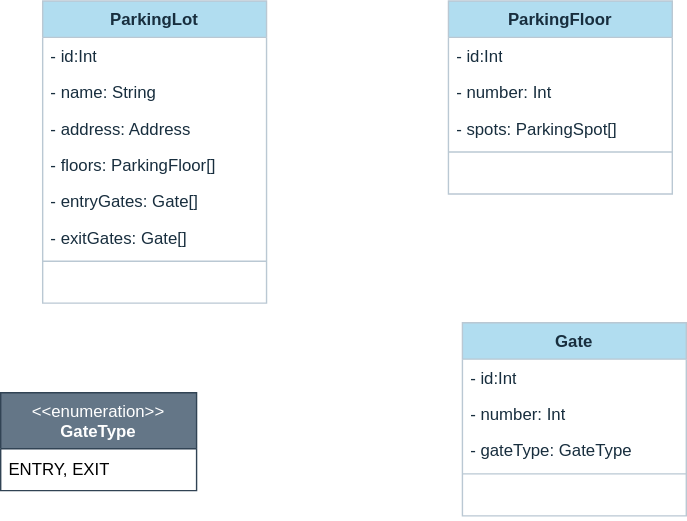
Earlier version of the draw.io export lld/class_diagrams/parking_lot.drawio.svg (nityabhaskar21/java_projects). Source tidied: cells renumbered, new cells last; positions are measured from the earlier drawing's top-left corner, leaving out a move shared by most shapes.
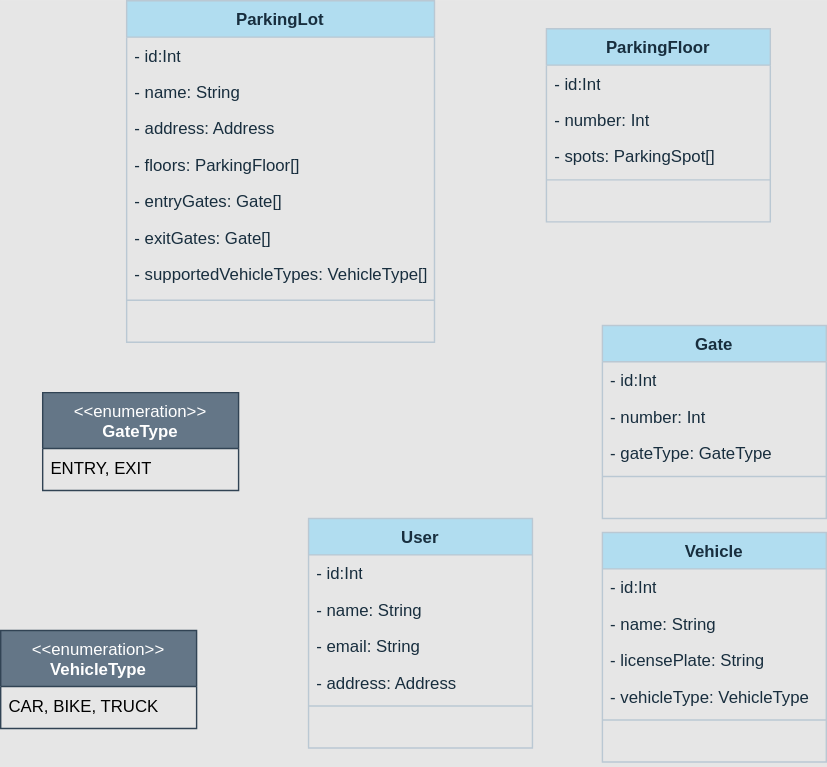
Above is the later version.

Change to the diagram source:
```diff
@@ -1,33 +1,36 @@
-<mxGraphModel>
+<mxGraphModel background="#E6E6E6">
   <root>
     <mxCell id="0" />
     <mxCell id="1" parent="0" />
     <mxCell id="2" value="ParkingLot" style="swimlane;fontStyle=1;align=center;verticalAlign=top;horizontal=1;startSize=26;whiteSpace=wrap;html=1;labelBackgroundColor=none;fillColor=#B1DDF0;strokeColor=#BAC8D3;fontColor=#182E3E;" parent="1" vertex="1">
-      <mxGeometry x="30" width="160" height="216" as="geometry" />
+      <mxGeometry x="20" y="-20" width="220" height="244" as="geometry" />
     </mxCell>
     <mxCell id="3" value="- id:Int" style="text;strokeColor=none;fillColor=none;align=left;verticalAlign=top;spacingLeft=4;spacingRight=4;overflow=hidden;whiteSpace=wrap;html=1;labelBackgroundColor=none;fontColor=#182E3E;" parent="2" vertex="1">
-      <mxGeometry y="26" width="160" height="26" as="geometry" />
+      <mxGeometry y="26" width="220" height="26" as="geometry" />
     </mxCell>
     <mxCell id="4" value="- name: String" style="text;strokeColor=none;fillColor=none;align=left;verticalAlign=top;spacingLeft=4;spacingRight=4;overflow=hidden;whiteSpace=wrap;html=1;labelBackgroundColor=none;fontColor=#182E3E;" parent="2" vertex="1">
-      <mxGeometry y="52" width="160" height="26" as="geometry" />
+      <mxGeometry y="52" width="220" height="26" as="geometry" />
     </mxCell>
     <mxCell id="5" value="- address: Address" style="text;strokeColor=none;fillColor=none;align=left;verticalAlign=top;spacingLeft=4;spacingRight=4;overflow=hidden;whiteSpace=wrap;html=1;labelBackgroundColor=none;fontColor=#182E3E;" parent="2" vertex="1">
-      <mxGeometry y="78" width="160" height="26" as="geometry" />
+      <mxGeometry y="78" width="220" height="26" as="geometry" />
     </mxCell>
     <mxCell id="6" value="- floors: ParkingFloor[]" style="text;strokeColor=none;fillColor=none;align=left;verticalAlign=top;spacingLeft=4;spacingRight=4;overflow=hidden;whiteSpace=wrap;html=1;labelBackgroundColor=none;fontColor=#182E3E;" parent="2" vertex="1">
-      <mxGeometry y="104" width="160" height="26" as="geometry" />
+      <mxGeometry y="104" width="220" height="26" as="geometry" />
     </mxCell>
     <mxCell id="7" value="- entryGates: Gate[]" style="text;strokeColor=none;fillColor=none;align=left;verticalAlign=top;spacingLeft=4;spacingRight=4;overflow=hidden;whiteSpace=wrap;html=1;labelBackgroundColor=none;fontColor=#182E3E;" parent="2" vertex="1">
-      <mxGeometry y="130" width="160" height="26" as="geometry" />
+      <mxGeometry y="130" width="220" height="26" as="geometry" />
     </mxCell>
     <mxCell id="8" value="- exitGates: Gate[]" style="text;strokeColor=none;fillColor=none;align=left;verticalAlign=top;spacingLeft=4;spacingRight=4;overflow=hidden;whiteSpace=wrap;html=1;labelBackgroundColor=none;fontColor=#182E3E;" parent="2" vertex="1">
-      <mxGeometry y="156" width="160" height="26" as="geometry" />
+      <mxGeometry y="156" width="220" height="26" as="geometry" />
     </mxCell>
+    <mxCell id="25" value="- supportedVehicleTypes: VehicleType[]" style="text;strokeColor=none;fillColor=none;align=left;verticalAlign=top;spacingLeft=4;spacingRight=4;overflow=hidden;whiteSpace=wrap;html=1;labelBackgroundColor=none;fontColor=#182E3E;" parent="2" vertex="1">
+      <mxGeometry y="182" width="220" height="28" as="geometry" />
+    </mxCell>
     <mxCell id="9" style="line;strokeWidth=1;fillColor=none;align=left;verticalAlign=middle;spacingTop=-1;spacingLeft=3;spacingRight=3;labelPosition=right;strokeColor=#BAC8D3;labelBackgroundColor=none;fontColor=#182E3E;" parent="2" vertex="1">
-      <mxGeometry y="182" width="160" height="8" as="geometry" />
+      <mxGeometry y="210" width="220" height="8" as="geometry" />
     </mxCell>
     <mxCell id="10" value="&amp;nbsp;" style="text;strokeColor=none;fillColor=none;align=left;verticalAlign=top;spacingLeft=4;spacingRight=4;overflow=hidden;whiteSpace=wrap;html=1;labelBackgroundColor=none;fontColor=#182E3E;" parent="2" vertex="1">
-      <mxGeometry y="190" width="160" height="26" as="geometry" />
+      <mxGeometry y="218" width="220" height="26" as="geometry" />
     </mxCell>
     <mxCell id="11" value="ParkingFloor" style="swimlane;fontStyle=1;align=center;verticalAlign=top;horizontal=1;startSize=26;whiteSpace=wrap;html=1;labelBackgroundColor=none;fillColor=#B1DDF0;strokeColor=#BAC8D3;fontColor=#182E3E;" parent="1" vertex="1">
       <mxGeometry x="320" width="160" height="138" as="geometry" />
@@ -48,7 +51,7 @@
       <mxGeometry y="112" width="160" height="26" as="geometry" />
     </mxCell>
     <mxCell id="17" value="Gate" style="swimlane;fontStyle=1;align=center;verticalAlign=top;horizontal=1;startSize=26;whiteSpace=wrap;html=1;labelBackgroundColor=none;fillColor=#B1DDF0;strokeColor=#BAC8D3;fontColor=#182E3E;" parent="1" vertex="1">
-      <mxGeometry x="330" y="230" width="160" height="138" as="geometry" />
+      <mxGeometry x="360" y="212" width="160" height="138" as="geometry" />
     </mxCell>
     <mxCell id="18" value="- id:Int" style="text;strokeColor=none;fillColor=none;align=left;verticalAlign=top;spacingLeft=4;spacingRight=4;overflow=hidden;whiteSpace=wrap;html=1;labelBackgroundColor=none;fontColor=#182E3E;" parent="17" vertex="1">
       <mxGeometry y="26" width="160" height="26" as="geometry" />
@@ -66,10 +69,58 @@
       <mxGeometry y="112" width="160" height="26" as="geometry" />
     </mxCell>
     <mxCell id="23" value="&amp;lt;&amp;lt;enumeration&amp;gt;&amp;gt;&lt;br&gt;&lt;b&gt;GateType&lt;/b&gt;" style="swimlane;fontStyle=0;align=center;verticalAlign=top;horizontal=1;startSize=40;html=1;whiteSpace=wrap;swimlaneFillColor=none;fillColor=#647687;fontColor=#ffffff;strokeColor=#314354;" parent="1" vertex="1">
-      <mxGeometry y="280" width="140" height="70" as="geometry" />
+      <mxGeometry x="-40" y="260" width="140" height="70" as="geometry" />
     </mxCell>
     <mxCell id="24" value="ENTRY, EXIT" style="text;html=1;strokeColor=none;fillColor=none;align=left;verticalAlign=middle;spacingLeft=4;spacingRight=4;overflow=hidden;whiteSpace=wrap;" parent="23" vertex="1">
       <mxGeometry y="40" width="140" height="30" as="geometry" />
     </mxCell>
+    <mxCell id="26" value="User" style="swimlane;fontStyle=1;align=center;verticalAlign=top;horizontal=1;startSize=26;whiteSpace=wrap;html=1;labelBackgroundColor=none;fillColor=#B1DDF0;strokeColor=#BAC8D3;fontColor=#182E3E;" parent="1" vertex="1">
+      <mxGeometry x="150" y="350" width="160" height="164" as="geometry" />
+    </mxCell>
+    <mxCell id="27" value="- id:Int" style="text;strokeColor=none;fillColor=none;align=left;verticalAlign=top;spacingLeft=4;spacingRight=4;overflow=hidden;whiteSpace=wrap;html=1;labelBackgroundColor=none;fontColor=#182E3E;" parent="26" vertex="1">
+      <mxGeometry y="26" width="160" height="26" as="geometry" />
+    </mxCell>
+    <mxCell id="28" value="- name: String" style="text;strokeColor=none;fillColor=none;align=left;verticalAlign=top;spacingLeft=4;spacingRight=4;overflow=hidden;whiteSpace=wrap;html=1;labelBackgroundColor=none;fontColor=#182E3E;" parent="26" vertex="1">
+      <mxGeometry y="52" width="160" height="26" as="geometry" />
+    </mxCell>
+    <mxCell id="29" value="- email: String" style="text;strokeColor=none;fillColor=none;align=left;verticalAlign=top;spacingLeft=4;spacingRight=4;overflow=hidden;whiteSpace=wrap;html=1;labelBackgroundColor=none;fontColor=#182E3E;" parent="26" vertex="1">
+      <mxGeometry y="78" width="160" height="26" as="geometry" />
+    </mxCell>
+    <mxCell id="30" value="- address: Address" style="text;strokeColor=none;fillColor=none;align=left;verticalAlign=top;spacingLeft=4;spacingRight=4;overflow=hidden;whiteSpace=wrap;html=1;labelBackgroundColor=none;fontColor=#182E3E;" parent="26" vertex="1">
+      <mxGeometry y="104" width="160" height="26" as="geometry" />
+    </mxCell>
+    <mxCell id="31" style="line;strokeWidth=1;fillColor=none;align=left;verticalAlign=middle;spacingTop=-1;spacingLeft=3;spacingRight=3;labelPosition=right;strokeColor=#BAC8D3;labelBackgroundColor=none;fontColor=#182E3E;" parent="26" vertex="1">
+      <mxGeometry y="130" width="160" height="8" as="geometry" />
+    </mxCell>
+    <mxCell id="32" value="&amp;nbsp;" style="text;strokeColor=none;fillColor=none;align=left;verticalAlign=top;spacingLeft=4;spacingRight=4;overflow=hidden;whiteSpace=wrap;html=1;labelBackgroundColor=none;fontColor=#182E3E;" parent="26" vertex="1">
+      <mxGeometry y="138" width="160" height="26" as="geometry" />
+    </mxCell>
+    <mxCell id="33" value="Vehicle" style="swimlane;fontStyle=1;align=center;verticalAlign=top;horizontal=1;startSize=26;whiteSpace=wrap;html=1;labelBackgroundColor=none;fillColor=#B1DDF0;strokeColor=#BAC8D3;fontColor=#182E3E;" parent="1" vertex="1">
+      <mxGeometry x="360" y="360" width="160" height="164" as="geometry" />
+    </mxCell>
+    <mxCell id="34" value="- id:Int" style="text;strokeColor=none;fillColor=none;align=left;verticalAlign=top;spacingLeft=4;spacingRight=4;overflow=hidden;whiteSpace=wrap;html=1;labelBackgroundColor=none;fontColor=#182E3E;" parent="33" vertex="1">
+      <mxGeometry y="26" width="160" height="26" as="geometry" />
+    </mxCell>
+    <mxCell id="35" value="- name: String" style="text;strokeColor=none;fillColor=none;align=left;verticalAlign=top;spacingLeft=4;spacingRight=4;overflow=hidden;whiteSpace=wrap;html=1;labelBackgroundColor=none;fontColor=#182E3E;" parent="33" vertex="1">
+      <mxGeometry y="52" width="160" height="26" as="geometry" />
+    </mxCell>
+    <mxCell id="36" value="- licensePlate: String" style="text;strokeColor=none;fillColor=none;align=left;verticalAlign=top;spacingLeft=4;spacingRight=4;overflow=hidden;whiteSpace=wrap;html=1;labelBackgroundColor=none;fontColor=#182E3E;" parent="33" vertex="1">
+      <mxGeometry y="78" width="160" height="26" as="geometry" />
+    </mxCell>
+    <mxCell id="37" value="- vehicleType: VehicleType" style="text;strokeColor=none;fillColor=none;align=left;verticalAlign=top;spacingLeft=4;spacingRight=4;overflow=hidden;whiteSpace=wrap;html=1;labelBackgroundColor=none;fontColor=#182E3E;" parent="33" vertex="1">
+      <mxGeometry y="104" width="160" height="26" as="geometry" />
+    </mxCell>
+    <mxCell id="38" style="line;strokeWidth=1;fillColor=none;align=left;verticalAlign=middle;spacingTop=-1;spacingLeft=3;spacingRight=3;labelPosition=right;strokeColor=#BAC8D3;labelBackgroundColor=none;fontColor=#182E3E;" parent="33" vertex="1">
+      <mxGeometry y="130" width="160" height="8" as="geometry" />
+    </mxCell>
+    <mxCell id="39" value="&amp;nbsp;" style="text;strokeColor=none;fillColor=none;align=left;verticalAlign=top;spacingLeft=4;spacingRight=4;overflow=hidden;whiteSpace=wrap;html=1;labelBackgroundColor=none;fontColor=#182E3E;" parent="33" vertex="1">
+      <mxGeometry y="138" width="160" height="26" as="geometry" />
+    </mxCell>
+    <mxCell id="40" value="&amp;lt;&amp;lt;enumeration&amp;gt;&amp;gt;&lt;br&gt;&lt;b&gt;VehicleType&lt;/b&gt;" style="swimlane;fontStyle=0;align=center;verticalAlign=top;horizontal=1;startSize=40;html=1;whiteSpace=wrap;swimlaneFillColor=none;fillColor=#647687;fontColor=#ffffff;strokeColor=#314354;" parent="1" vertex="1">
+      <mxGeometry x="-70" y="430" width="140" height="70" as="geometry" />
+    </mxCell>
+    <mxCell id="41" value="CAR, BIKE, TRUCK" style="text;html=1;strokeColor=none;fillColor=none;align=left;verticalAlign=middle;spacingLeft=4;spacingRight=4;overflow=hidden;whiteSpace=wrap;" parent="40" vertex="1">
+      <mxGeometry y="40" width="140" height="30" as="geometry" />
+    </mxCell>
   </root>
 </mxGraphModel>
```
